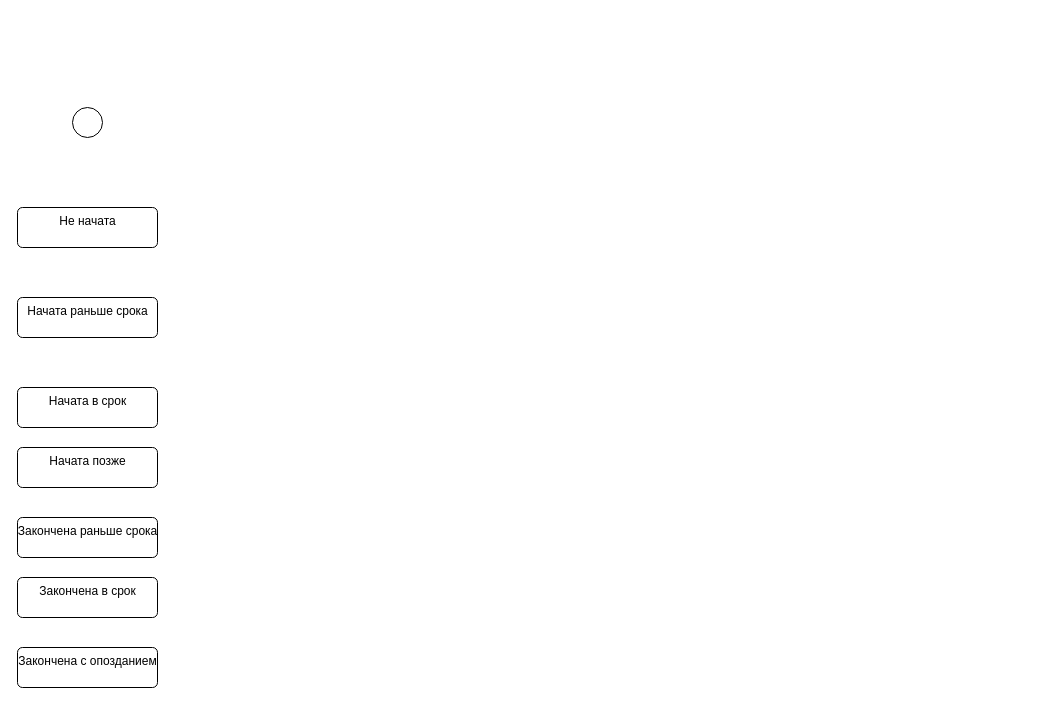
This is page "Статусы документа" (6 of 6) of Рабочее задание.drawio from tvolodi/abitech, a draw.io file, before an edit. Source tidied: cells renumbered, new cells numbered last; positions are measured from the earlier drawing's top-left corner, leaving out a move shared by most shapes. Both pictures are drawn from the tidied source at 100%, with x=0, y=0 at pixel (17, 107).
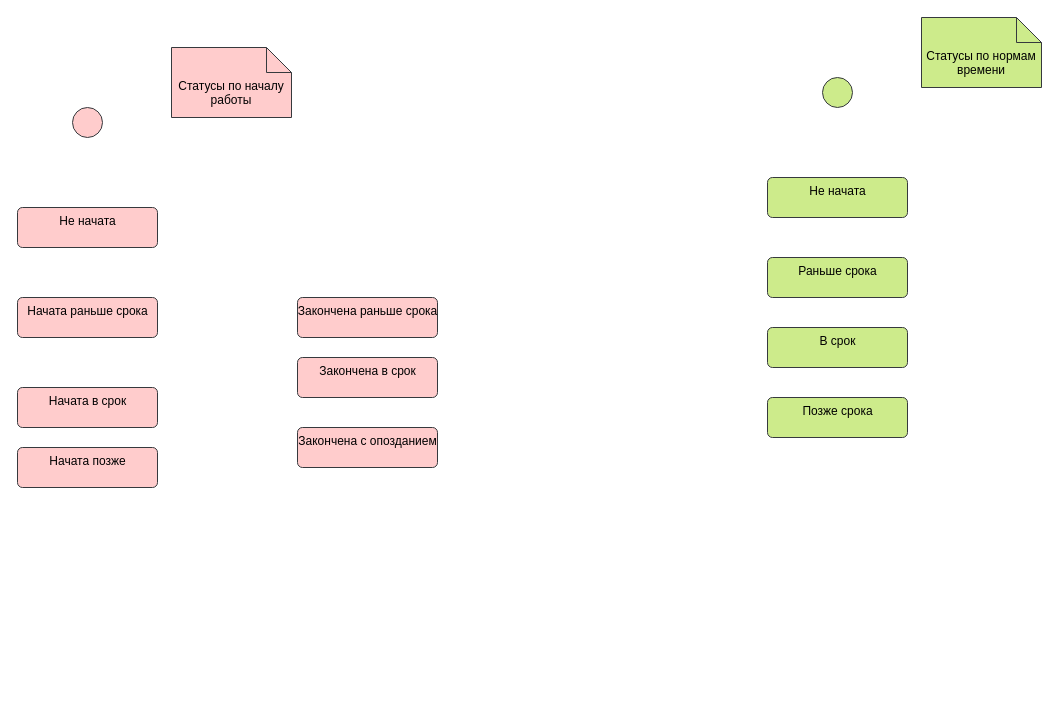
The same page after the edit.

Change to the diagram source:
```diff
@@
 <mxGraphModel>
   <root>
     <mxCell id="0" />
     <mxCell id="1" parent="0" />
-    <mxCell id="2" value="Начата раньше срока" style="html=1;align=center;verticalAlign=top;rounded=1;absoluteArcSize=1;arcSize=10;dashed=0;shadow=0;labelBackgroundColor=none;labelBorderColor=none;fillColor=none;gradientColor=none;" parent="1" vertex="1">
+    <mxCell id="2" value="Начата раньше срока" style="html=1;align=center;verticalAlign=top;rounded=1;absoluteArcSize=1;arcSize=10;dashed=0;shadow=0;labelBackgroundColor=none;labelBorderColor=none;fillColor=#ffcccc;strokeColor=#36393d;" parent="1" vertex="1">
       <mxGeometry y="190" width="140" height="40" as="geometry" />
     </mxCell>
-    <mxCell id="3" style="ellipse;fillColor=#ffffff;strokeColor=#000000;shadow=0;labelBackgroundColor=none;labelBorderColor=none;html=0;" parent="1" vertex="1">
+    <mxCell id="3" style="ellipse;fillColor=#ffcccc;strokeColor=#36393d;shadow=0;labelBackgroundColor=none;labelBorderColor=none;html=0;" parent="1" vertex="1">
       <mxGeometry x="55" width="30" height="30" as="geometry" />
     </mxCell>
-    <mxCell id="4" value="Начата в срок" style="html=1;align=center;verticalAlign=top;rounded=1;absoluteArcSize=1;arcSize=10;dashed=0;shadow=0;labelBackgroundColor=none;labelBorderColor=none;fillColor=none;gradientColor=none;" parent="1" vertex="1">
+    <mxCell id="4" value="Начата в срок" style="html=1;align=center;verticalAlign=top;rounded=1;absoluteArcSize=1;arcSize=10;dashed=0;shadow=0;labelBackgroundColor=none;labelBorderColor=none;fillColor=#ffcccc;strokeColor=#36393d;" parent="1" vertex="1">
       <mxGeometry y="280" width="140" height="40" as="geometry" />
     </mxCell>
-    <mxCell id="5" value="Не начата" style="html=1;align=center;verticalAlign=top;rounded=1;absoluteArcSize=1;arcSize=10;dashed=0;shadow=0;labelBackgroundColor=none;labelBorderColor=none;fillColor=none;gradientColor=none;" parent="1" vertex="1">
+    <mxCell id="5" value="Не начата" style="html=1;align=center;verticalAlign=top;rounded=1;absoluteArcSize=1;arcSize=10;dashed=0;shadow=0;labelBackgroundColor=none;labelBorderColor=none;fillColor=#ffcccc;strokeColor=#36393d;" parent="1" vertex="1">
       <mxGeometry y="100" width="140" height="40" as="geometry" />
     </mxCell>
-    <mxCell id="6" value="Начата позже" style="html=1;align=center;verticalAlign=top;rounded=1;absoluteArcSize=1;arcSize=10;dashed=0;shadow=0;labelBackgroundColor=none;labelBorderColor=none;fillColor=none;gradientColor=none;" parent="1" vertex="1">
+    <mxCell id="6" value="Начата позже" style="html=1;align=center;verticalAlign=top;rounded=1;absoluteArcSize=1;arcSize=10;dashed=0;shadow=0;labelBackgroundColor=none;labelBorderColor=none;fillColor=#ffcccc;strokeColor=#36393d;" parent="1" vertex="1">
       <mxGeometry y="340" width="140" height="40" as="geometry" />
     </mxCell>
-    <mxCell id="7" value="Закончена раньше срока" style="html=1;align=center;verticalAlign=top;rounded=1;absoluteArcSize=1;arcSize=10;dashed=0;shadow=0;labelBackgroundColor=none;labelBorderColor=none;fillColor=none;gradientColor=none;" parent="1" vertex="1">
-      <mxGeometry y="410" width="140" height="40" as="geometry" />
+    <mxCell id="7" value="Закончена раньше срока" style="html=1;align=center;verticalAlign=top;rounded=1;absoluteArcSize=1;arcSize=10;dashed=0;shadow=0;labelBackgroundColor=none;labelBorderColor=none;fillColor=#ffcccc;strokeColor=#36393d;" parent="1" vertex="1">
+      <mxGeometry x="280" y="190" width="140" height="40" as="geometry" />
     </mxCell>
-    <mxCell id="8" value="Закончена в срок" style="html=1;align=center;verticalAlign=top;rounded=1;absoluteArcSize=1;arcSize=10;dashed=0;shadow=0;labelBackgroundColor=none;labelBorderColor=none;fillColor=none;gradientColor=none;" parent="1" vertex="1">
-      <mxGeometry y="470" width="140" height="40" as="geometry" />
+    <mxCell id="8" value="Закончена в срок" style="html=1;align=center;verticalAlign=top;rounded=1;absoluteArcSize=1;arcSize=10;dashed=0;shadow=0;labelBackgroundColor=none;labelBorderColor=none;fillColor=#ffcccc;strokeColor=#36393d;" parent="1" vertex="1">
+      <mxGeometry x="280" y="250" width="140" height="40" as="geometry" />
     </mxCell>
-    <mxCell id="9" value="Закончена с опозданием" style="html=1;align=center;verticalAlign=top;rounded=1;absoluteArcSize=1;arcSize=10;dashed=0;shadow=0;labelBackgroundColor=none;labelBorderColor=none;fillColor=none;gradientColor=none;" parent="1" vertex="1">
-      <mxGeometry y="540" width="140" height="40" as="geometry" />
+    <mxCell id="9" value="Закончена с опозданием" style="html=1;align=center;verticalAlign=top;rounded=1;absoluteArcSize=1;arcSize=10;dashed=0;shadow=0;labelBackgroundColor=none;labelBorderColor=none;fillColor=#ffcccc;strokeColor=#36393d;" parent="1" vertex="1">
+      <mxGeometry x="280" y="320" width="140" height="40" as="geometry" />
     </mxCell>
+    <mxCell id="10" value="Статусы по началу работы" style="shape=note2;boundedLbl=1;whiteSpace=wrap;html=1;size=25;verticalAlign=top;align=center;shadow=0;labelBackgroundColor=none;labelBorderColor=none;fillColor=#ffcccc;strokeColor=#36393d;" parent="1" vertex="1">
+      <mxGeometry x="154" y="-60" width="120" height="70" as="geometry" />
+    </mxCell>
+    <mxCell id="11" value="Раньше срока" style="html=1;align=center;verticalAlign=top;rounded=1;absoluteArcSize=1;arcSize=10;dashed=0;shadow=0;labelBackgroundColor=none;labelBorderColor=none;fillColor=#cdeb8b;strokeColor=#36393d;" parent="1" vertex="1">
+      <mxGeometry x="750" y="150" width="140" height="40" as="geometry" />
+    </mxCell>
+    <mxCell id="12" style="ellipse;fillColor=#cdeb8b;strokeColor=#36393d;shadow=0;labelBackgroundColor=none;labelBorderColor=none;html=0;" parent="1" vertex="1">
+      <mxGeometry x="805" y="-30" width="30" height="30" as="geometry" />
+    </mxCell>
+    <mxCell id="13" value="В срок" style="html=1;align=center;verticalAlign=top;rounded=1;absoluteArcSize=1;arcSize=10;dashed=0;shadow=0;labelBackgroundColor=none;labelBorderColor=none;fillColor=#cdeb8b;strokeColor=#36393d;" parent="1" vertex="1">
+      <mxGeometry x="750" y="220" width="140" height="40" as="geometry" />
+    </mxCell>
+    <mxCell id="14" value="Не начата" style="html=1;align=center;verticalAlign=top;rounded=1;absoluteArcSize=1;arcSize=10;dashed=0;shadow=0;labelBackgroundColor=none;labelBorderColor=none;fillColor=#cdeb8b;strokeColor=#36393d;" parent="1" vertex="1">
+      <mxGeometry x="750" y="70" width="140" height="40" as="geometry" />
+    </mxCell>
+    <mxCell id="15" value="Позже срока" style="html=1;align=center;verticalAlign=top;rounded=1;absoluteArcSize=1;arcSize=10;dashed=0;shadow=0;labelBackgroundColor=none;labelBorderColor=none;fillColor=#cdeb8b;strokeColor=#36393d;" parent="1" vertex="1">
+      <mxGeometry x="750" y="290" width="140" height="40" as="geometry" />
+    </mxCell>
+    <mxCell id="16" value="Статусы по нормам времени" style="shape=note2;boundedLbl=1;whiteSpace=wrap;html=1;size=25;verticalAlign=top;align=center;shadow=0;labelBackgroundColor=none;labelBorderColor=none;fillColor=#cdeb8b;strokeColor=#36393d;" parent="1" vertex="1">
+      <mxGeometry x="904" y="-90" width="120" height="70" as="geometry" />
+    </mxCell>
   </root>
 </mxGraphModel>
```
